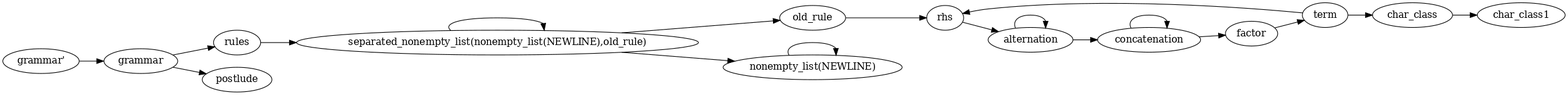
Before: sentenceParser.png, a diagram exported from Graphviz (meta-introspector/gbnf-nice-parser). Its source is kept beside it as lib/sentenceParser.dot.
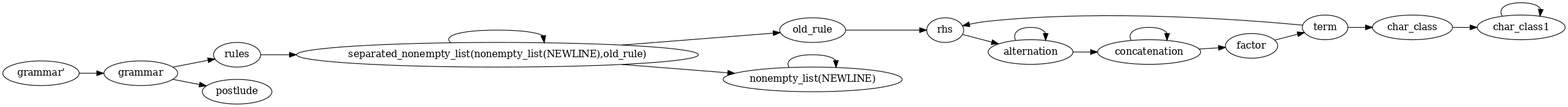
The same diagram one commit later.

Change to the diagram source:
```diff
@@ -31,6 +31,7 @@
 nt9 -> nt1 [ label="" ] ;
 nt10 -> nt9 [ label="" ] ;
 nt10 -> nt10 [ label="" ] ;
+nt11 -> nt11 [ label="" ] ;
 nt12 -> nt11 [ label="" ] ;
 nt13 -> nt10 [ label="" ] ;
 nt13 -> nt13 [ label="" ] ;
```
